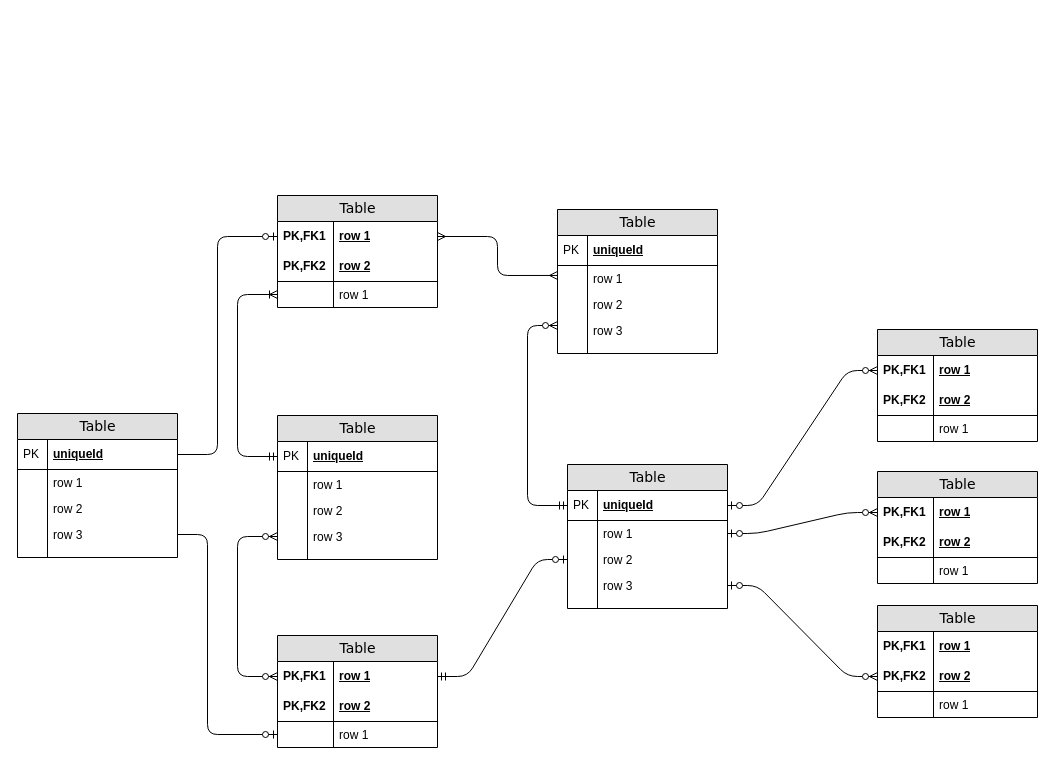
Before: page "Page-1" (1 of 2) of Employee_ERD.drawio in jerryevalentine/sql-challenge, a draw.io diagram. Source tidied: cells renumbered, new cells numbered last; positions are measured from the earlier drawing's top-left corner, leaving out a move shared by most shapes. Both pictures are drawn from the tidied source at 100%, with x=0, y=0 at pixel (17, 195).
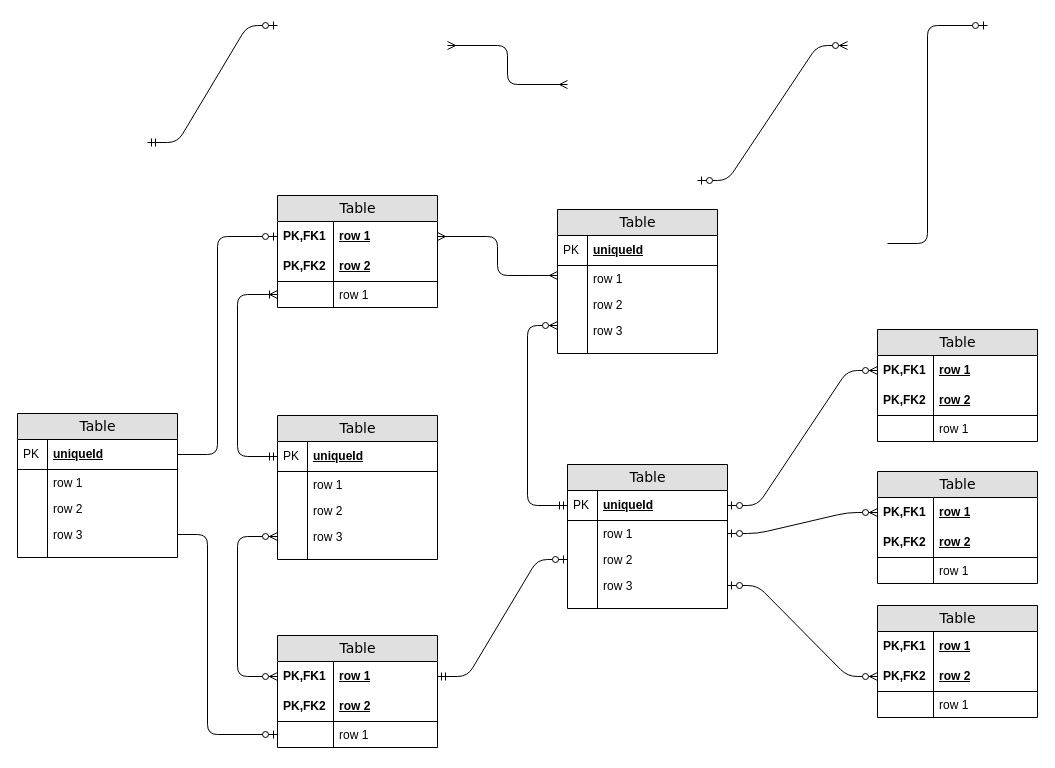
Above is the later version.

Diff of the diagram source:
```diff
@@
+    <mxCell id="91" style="edgeStyle=orthogonalEdgeStyle;html=1;endArrow=ERmany;startArrow=ERmany;labelBackgroundColor=none;fontFamily=Verdana;fontSize=14;entryX=1;entryY=0.5;exitX=0;exitY=0.383;exitPerimeter=0;" parent="1" edge="1">
+      <mxGeometry relative="1" as="geometry">
+        <mxPoint x="550" y="-111" as="sourcePoint" />
+        <mxPoint x="430" y="-150" as="targetPoint" />
+        <Array as="points">
+          <mxPoint x="490" y="-111" />
+          <mxPoint x="490" y="-150" />
+        </Array>
+      </mxGeometry>
+    </mxCell>
+    <mxCell id="92" style="edgeStyle=orthogonalEdgeStyle;html=1;endArrow=ERzeroToOne;endFill=1;labelBackgroundColor=none;fontFamily=Verdana;fontSize=14;entryX=0;entryY=0.5;exitX=1;exitY=0.5;" parent="1" edge="1">
+      <mxGeometry relative="1" as="geometry">
+        <mxPoint x="870" y="48" as="sourcePoint" />
+        <mxPoint x="970" y="-170" as="targetPoint" />
+        <Array as="points">
+          <mxPoint x="910" y="48" />
+          <mxPoint x="910" y="-170" />
+        </Array>
+      </mxGeometry>
+    </mxCell>
+    <mxCell id="93" style="edgeStyle=entityRelationEdgeStyle;html=1;endArrow=ERzeroToMany;startArrow=ERzeroToOne;labelBackgroundColor=none;fontFamily=Verdana;fontSize=14;entryX=0;entryY=0.5;exitX=1;exitY=0.5;" parent="1" edge="1">
+      <mxGeometry relative="1" as="geometry">
+        <mxPoint x="680" y="-15" as="sourcePoint" />
+        <mxPoint x="830" y="-150" as="targetPoint" />
+      </mxGeometry>
+    </mxCell>
+    <mxCell id="94" style="edgeStyle=entityRelationEdgeStyle;html=1;endArrow=ERzeroToOne;startArrow=ERmandOne;labelBackgroundColor=none;fontFamily=Verdana;fontSize=14;exitX=1;exitY=0.5;entryX=0;entryY=0.5;" parent="1" edge="1">
+      <mxGeometry relative="1" as="geometry">
+        <mxPoint x="130" y="-53" as="sourcePoint" />
+        <mxPoint x="260" y="-170" as="targetPoint" />
+      </mxGeometry>
+    </mxCell>
```
